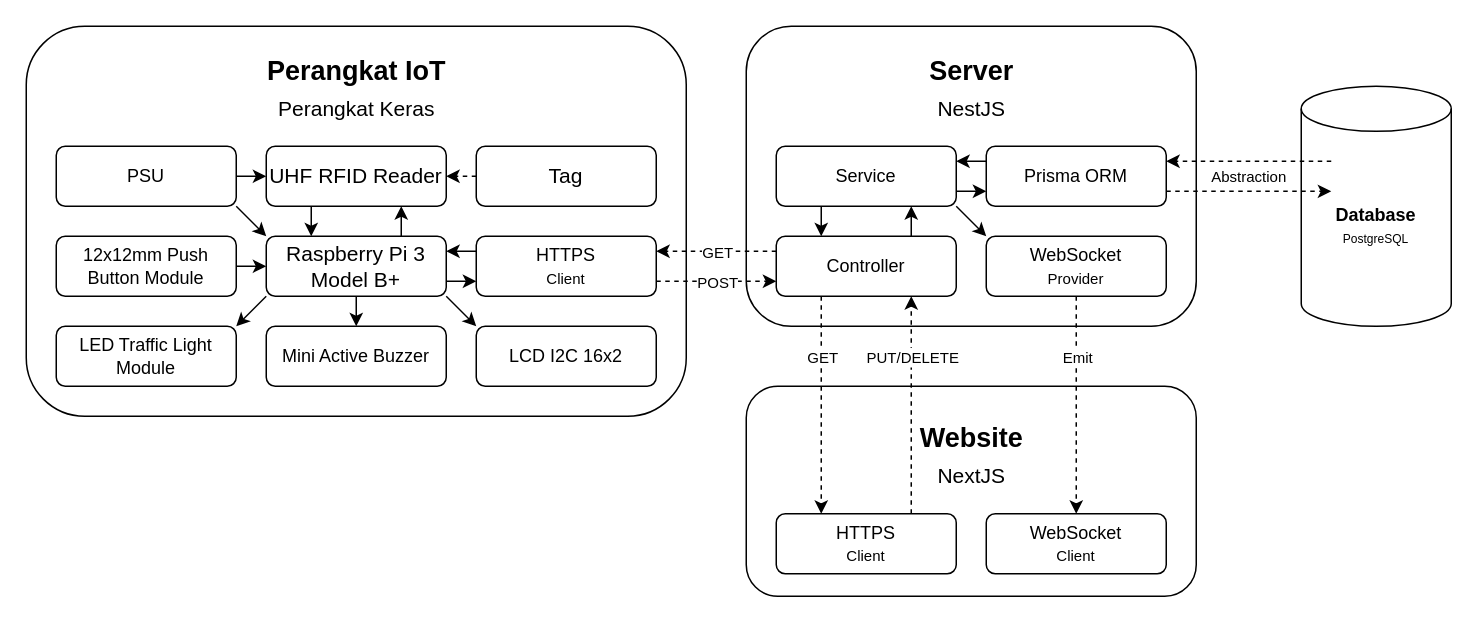
This is diagram/system-architecture-diagram/system-architecture-diagram.drawio from NotHydra/pari, a draw.io file, before an edit. Source tidied: cells renumbered, new cells numbered last; positions are measured from the earlier drawing's top-left corner, leaving out a move shared by most shapes. Both pictures are drawn from the tidied source at 150%, with x=0, y=0 at pixel (26, 26).
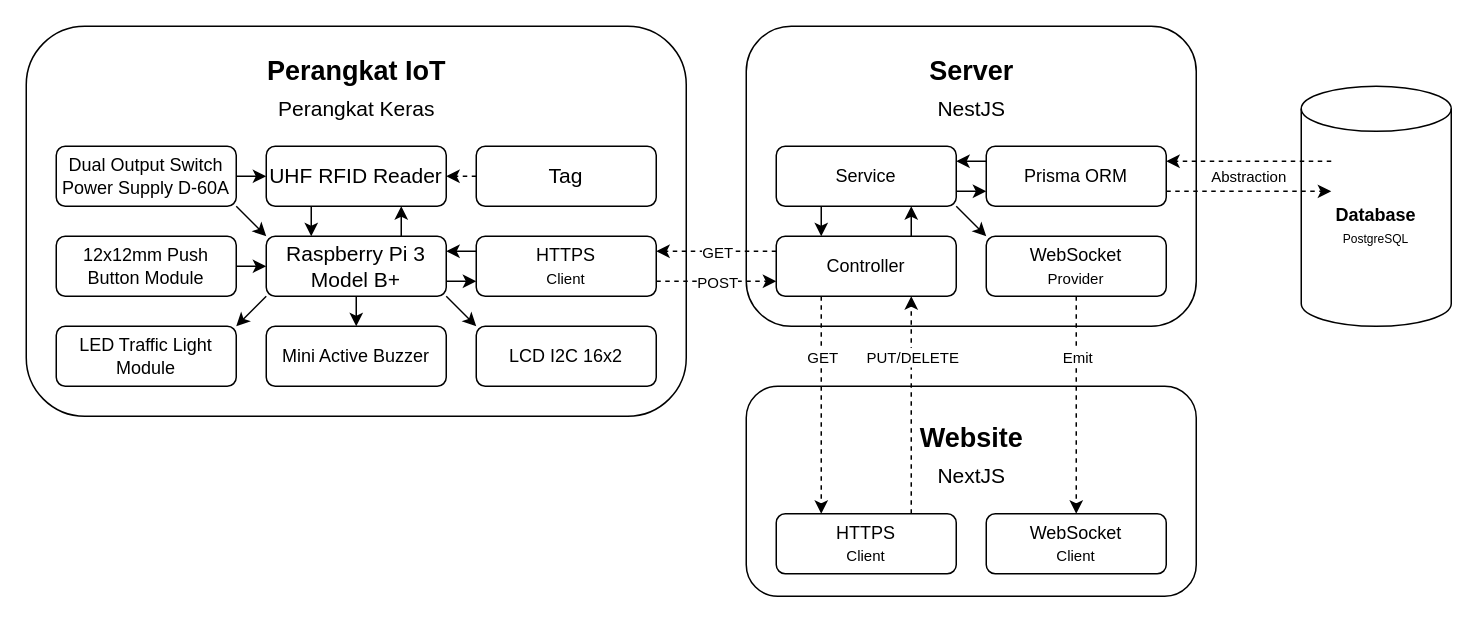
After the change.

Commit message (it also covers changes not shown here):
feat(diagram): power supply name

Diff of the diagram source:
```diff
@@
-    <mxCell id="54" value="PSU" style="rounded=1;whiteSpace=wrap;html=1;" parent="1" vertex="1">
+    <mxCell id="54" value="Dual Output Switch Power Supply D-60A" style="rounded=1;whiteSpace=wrap;html=1;" parent="1" vertex="1">
       <mxGeometry x="20" y="80" width="120" height="40" as="geometry" />
     </mxCell>
```
